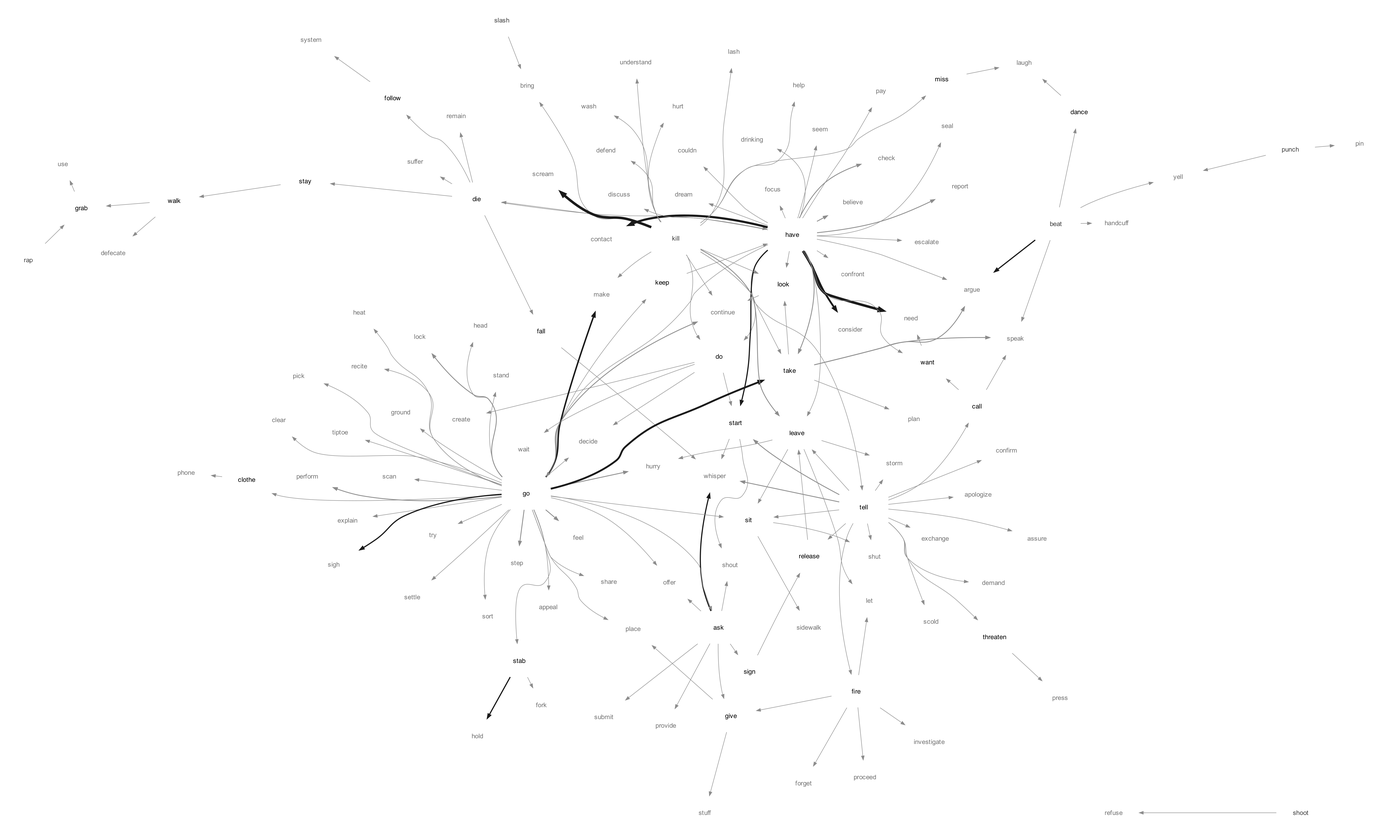
Earlier version of the Graphviz export experiments/displacement/substitution_shape/figures/seed_walk_raw_verb_top10_lemma.png (quadrismegistus/malignment). Its source is kept beside it as experiments/displacement/substitution_shape/figures/seed_walk_raw_verb_top10_lemma.dot.
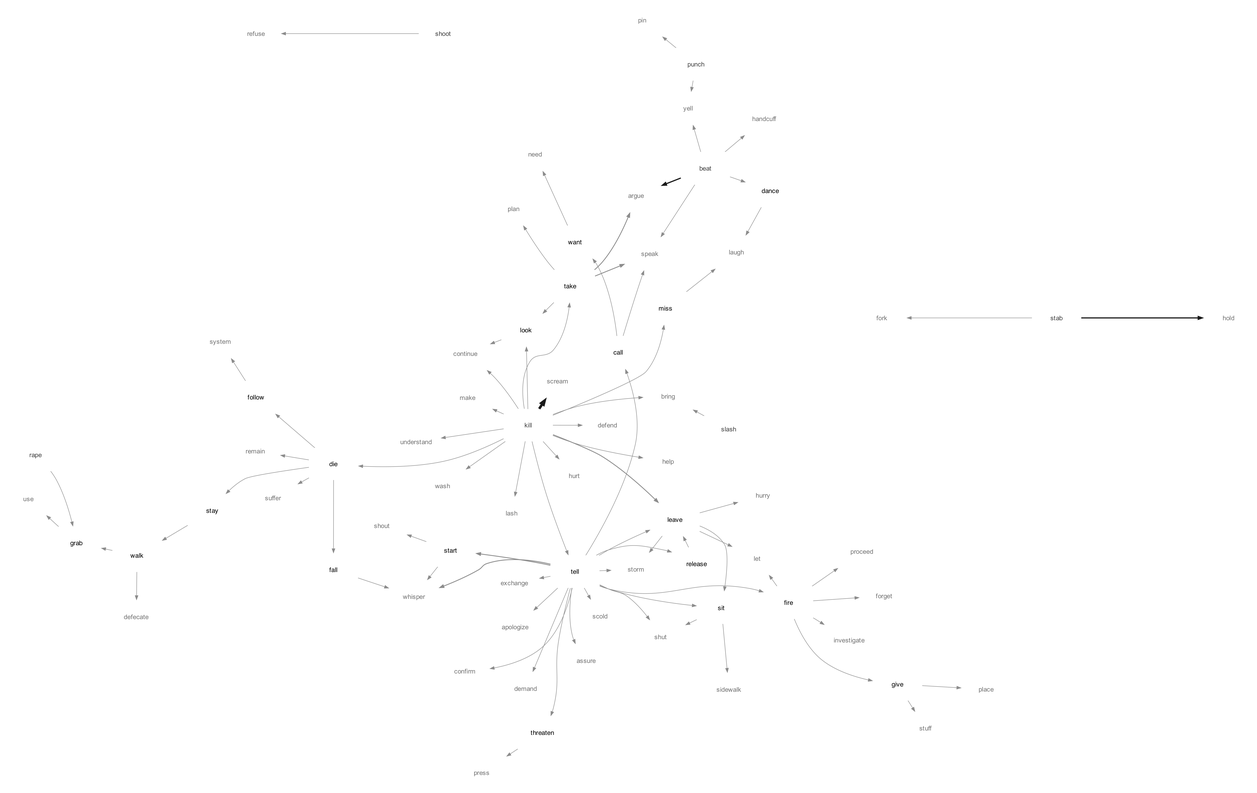
The same diagram one commit later.

Commit message:
drop NLTK stopwords inside edges(), so no graph can walk them

The edit, as a diff of the source:
```diff
@@ -4,189 +4,105 @@
   node [shape=plaintext fontname="Arial" fontsize=7 margin="0.02,0.01"];
   edge [fontname="Arial" fontsize=6 arrowsize=0.45];
   "apologize" [label="apologize" fontcolor="#737373"];
-  "appeal" [label="appeal" fontcolor="#737373"];
   "argue" [label="argue" fontcolor="#737373"];
-  "ask" [label="ask" fontcolor="#000000" fontname="Arial-Bold"];
   "assure" [label="assure" fontcolor="#737373"];
   "beat" [label="beat" fontcolor="#404040"];
-  "believe" [label="believe" fontcolor="#737373"];
   "bring" [label="bring" fontcolor="#737373"];
   "call" [label="call" fontcolor="#000000" fontname="Arial-Bold"];
-  "check" [label="check" fontcolor="#737373"];
-  "clear" [label="clear" fontcolor="#737373"];
-  "clothe" [label="clothe" fontcolor="#000000" fontname="Arial-Bold"];
   "confirm" [label="confirm" fontcolor="#737373"];
-  "confront" [label="confront" fontcolor="#737373"];
-  "consider" [label="consider" fontcolor="#737373"];
-  "contact" [label="contact" fontcolor="#737373"];
   "continue" [label="continue" fontcolor="#737373"];
-  "couldn" [label="couldn" fontcolor="#737373"];
-  "create" [label="create" fontcolor="#737373"];
   "dance" [label="dance" fontcolor="#000000" fontname="Arial-Bold"];
-  "decide" [label="decide" fontcolor="#737373"];
   "defecate" [label="defecate" fontcolor="#737373"];
   "defend" [label="defend" fontcolor="#737373"];
   "demand" [label="demand" fontcolor="#737373"];
   "die" [label="die" fontcolor="#000000" fontname="Arial-Bold"];
-  "discuss" [label="discuss" fontcolor="#737373"];
-  "do" [label="do" fontcolor="#000000" fontname="Arial-Bold"];
-  "dream" [label="dream" fontcolor="#737373"];
-  "drinking" [label="drinking" fontcolor="#737373"];
-  "escalate" [label="escalate" fontcolor="#737373"];
   "exchange" [label="exchange" fontcolor="#737373"];
-  "explain" [label="explain" fontcolor="#737373"];
   "fall" [label="fall" fontcolor="#000000" fontname="Arial-Bold"];
-  "feel" [label="feel" fontcolor="#737373"];
   "fire" [label="fire" fontcolor="#000000" fontname="Arial-Bold"];
-  "focus" [label="focus" fontcolor="#737373"];
   "follow" [label="follow" fontcolor="#000000" fontname="Arial-Bold"];
   "forget" [label="forget" fontcolor="#737373"];
   "fork" [label="fork" fontcolor="#737373"];
   "give" [label="give" fontcolor="#000000" fontname="Arial-Bold"];
-  "go" [label="go" fontcolor="#000000" fontname="Arial-Bold"];
   "grab" [label="grab" fontcolor="#000000" fontname="Arial-Bold"];
-  "ground" [label="ground" fontcolor="#737373"];
   "handcuff" [label="handcuff" fontcolor="#737373"];
-  "have" [label="have" fontcolor="#000000" fontname="Arial-Bold"];
-  "head" [label="head" fontcolor="#737373"];
-  "heat" [label="heat" fontcolor="#737373"];
   "help" [label="help" fontcolor="#737373"];
   "hold" [label="hold" fontcolor="#737373"];
   "hurry" [label="hurry" fontcolor="#737373"];
   "hurt" [label="hurt" fontcolor="#737373"];
   "investigate" [label="investigate" fontcolor="#737373"];
-  "keep" [label="keep" fontcolor="#000000" fontname="Arial-Bold"];
   "kill" [label="kill" fontcolor="#404040"];
   "lash" [label="lash" fontcolor="#737373"];
   "laugh" [label="laugh" fontcolor="#737373"];
   "leave" [label="leave" fontcolor="#000000" fontname="Arial-Bold"];
   "let" [label="let" fontcolor="#737373"];
-  "lock" [label="lock" fontcolor="#737373"];
   "look" [label="look" fontcolor="#000000" fontname="Arial-Bold"];
   "make" [label="make" fontcolor="#737373"];
   "miss" [label="miss" fontcolor="#000000" fontname="Arial-Bold"];
   "need" [label="need" fontcolor="#737373"];
-  "offer" [label="offer" fontcolor="#737373"];
-  "pay" [label="pay" fontcolor="#737373"];
-  "perform" [label="perform" fontcolor="#737373"];
-  "phone" [label="phone" fontcolor="#737373"];
-  "pick" [label="pick" fontcolor="#737373"];
   "pin" [label="pin" fontcolor="#737373"];
   "place" [label="place" fontcolor="#737373"];
   "plan" [label="plan" fontcolor="#737373"];
   "press" [label="press" fontcolor="#737373"];
   "proceed" [label="proceed" fontcolor="#737373"];
-  "provide" [label="provide" fontcolor="#737373"];
   "punch" [label="punch" fontcolor="#404040"];
-  "rap" [label="rap" fontcolor="#404040"];
-  "recite" [label="recite" fontcolor="#737373"];
+  "rape" [label="rape" fontcolor="#404040"];
   "refuse" [label="refuse" fontcolor="#737373"];
   "release" [label="release" fontcolor="#000000" fontname="Arial-Bold"];
   "remain" [label="remain" fontcolor="#737373"];
-  "report" [label="report" fontcolor="#737373"];
-  "scan" [label="scan" fontcolor="#737373"];
   "scold" [label="scold" fontcolor="#737373"];
   "scream" [label="scream" fontcolor="#737373"];
-  "seal" [label="seal" fontcolor="#737373"];
-  "seem" [label="seem" fontcolor="#737373"];
-  "settle" [label="settle" fontcolor="#737373"];
-  "share" [label="share" fontcolor="#737373"];
   "shoot" [label="shoot" fontcolor="#404040"];
   "shout" [label="shout" fontcolor="#737373"];
   "shut" [label="shut" fontcolor="#737373"];
   "sidewalk" [label="sidewalk" fontcolor="#737373"];
-  "sigh" [label="sigh" fontcolor="#737373"];
-  "sign" [label="sign" fontcolor="#000000" fontname="Arial-Bold"];
   "sit" [label="sit" fontcolor="#000000" fontname="Arial-Bold"];
   "slash" [label="slash" fontcolor="#404040"];
-  "sort" [label="sort" fontcolor="#737373"];
   "speak" [label="speak" fontcolor="#737373"];
-  "stab" [label="stab" fontcolor="#000000" fontname="Arial-Bold"];
-  "stand" [label="stand" fontcolor="#737373"];
+  "stab" [label="stab" fontcolor="#404040"];
   "start" [label="start" fontcolor="#000000" fontname="Arial-Bold"];
   "stay" [label="stay" fontcolor="#000000" fontname="Arial-Bold"];
-  "step" [label="step" fontcolor="#737373"];
   "storm" [label="storm" fontcolor="#737373"];
   "stuff" [label="stuff" fontcolor="#737373"];
-  "submit" [label="submit" fontcolor="#737373"];
   "suffer" [label="suffer" fontcolor="#737373"];
   "system" [label="system" fontcolor="#737373"];
   "take" [label="take" fontcolor="#000000" fontname="Arial-Bold"];
   "tell" [label="tell" fontcolor="#000000" fontname="Arial-Bold"];
   "threaten" [label="threaten" fontcolor="#000000" fontname="Arial-Bold"];
-  "tiptoe" [label="tiptoe" fontcolor="#737373"];
-  "try" [label="try" fontcolor="#737373"];
   "understand" [label="understand" fontcolor="#737373"];
   "use" [label="use" fontcolor="#737373"];
-  "wait" [label="wait" fontcolor="#737373"];
   "walk" [label="walk" fontcolor="#000000" fontname="Arial-Bold"];
   "want" [label="want" fontcolor="#000000" fontname="Arial-Bold"];
   "wash" [label="wash" fontcolor="#737373"];
   "whisper" [label="whisper" fontcolor="#737373"];
   "yell" [label="yell" fontcolor="#737373"];
-  "have" -> "need" [penwidth=2.70 color="#1a1a1a"];
   "kill" -> "scream" [penwidth=2.70 color="#1a1a1a"];
-  "have" -> "contact" [penwidth=2.33 color="#1a1a1a"];
-  "have" -> "consider" [penwidth=1.97 color="#1a1a1a"];
-  "go" -> "take" [penwidth=1.97 color="#1a1a1a"];
-  "go" -> "make" [penwidth=1.60 color="#1a1a1a"];
-  "go" -> "sigh" [penwidth=1.23 color="#1a1a1a"];
-  "ask" -> "whisper" [penwidth=1.23 color="#1a1a1a"];
-  "have" -> "start" [penwidth=1.23 color="#1a1a1a"];
   "beat" -> "argue" [penwidth=1.23 color="#1a1a1a"];
   "stab" -> "hold" [penwidth=1.23 color="#1a1a1a"];
   "tell" -> "start" [penwidth=0.87 color="#8c8c8c"];
-  "go" -> "perform" [penwidth=0.87 color="#8c8c8c"];
   "kill" -> "leave" [penwidth=0.87 color="#8c8c8c"];
-  "go" -> "feel" [penwidth=0.87 color="#8c8c8c"];
-  "go" -> "hurry" [penwidth=0.87 color="#8c8c8c"];
   "tell" -> "whisper" [penwidth=0.87 color="#8c8c8c"];
-  "have" -> "believe" [penwidth=0.87 color="#8c8c8c"];
-  "go" -> "step" [penwidth=0.87 color="#8c8c8c"];
   "take" -> "speak" [penwidth=0.87 color="#8c8c8c"];
   "take" -> "argue" [penwidth=0.87 color="#8c8c8c"];
-  "go" -> "continue" [penwidth=0.87 color="#8c8c8c"];
-  "have" -> "check" [penwidth=0.87 color="#8c8c8c"];
-  "have" -> "take" [penwidth=0.87 color="#8c8c8c"];
-  "have" -> "report" [penwidth=0.87 color="#8c8c8c"];
-  "go" -> "lock" [penwidth=0.87 color="#8c8c8c"];
   "tell" -> "exchange" [penwidth=0.50 color="#8c8c8c"];
   "kill" -> "continue" [penwidth=0.50 color="#8c8c8c"];
   "want" -> "need" [penwidth=0.50 color="#8c8c8c"];
-  "go" -> "scan" [penwidth=0.50 color="#8c8c8c"];
-  "have" -> "discuss" [penwidth=0.50 color="#8c8c8c"];
   "tell" -> "demand" [penwidth=0.50 color="#8c8c8c"];
   "stab" -> "fork" [penwidth=0.50 color="#8c8c8c"];
-  "ask" -> "shout" [penwidth=0.50 color="#8c8c8c"];
   "tell" -> "leave" [penwidth=0.50 color="#8c8c8c"];
   "call" -> "want" [penwidth=0.50 color="#8c8c8c"];
-  "ask" -> "provide" [penwidth=0.50 color="#8c8c8c"];
-  "do" -> "decide" [penwidth=0.50 color="#8c8c8c"];
   "kill" -> "understand" [penwidth=0.50 color="#8c8c8c"];
   "punch" -> "pin" [penwidth=0.50 color="#8c8c8c"];
   "sit" -> "sidewalk" [penwidth=0.50 color="#8c8c8c"];
   "call" -> "speak" [penwidth=0.50 color="#8c8c8c"];
   "take" -> "plan" [penwidth=0.50 color="#8c8c8c"];
-  "go" -> "settle" [penwidth=0.50 color="#8c8c8c"];
   "tell" -> "threaten" [penwidth=0.50 color="#8c8c8c"];
-  "go" -> "sit" [penwidth=0.50 color="#8c8c8c"];
-  "have" -> "do" [penwidth=0.50 color="#8c8c8c"];
   "tell" -> "assure" [penwidth=0.50 color="#8c8c8c"];
   "punch" -> "yell" [penwidth=0.50 color="#8c8c8c"];
-  "go" -> "clear" [penwidth=0.50 color="#8c8c8c"];
   "start" -> "shout" [penwidth=0.50 color="#8c8c8c"];
-  "go" -> "recite" [penwidth=0.50 color="#8c8c8c"];
-  "go" -> "head" [penwidth=0.50 color="#8c8c8c"];
   "kill" -> "defend" [penwidth=0.50 color="#8c8c8c"];
-  "go" -> "place" [penwidth=0.50 color="#8c8c8c"];
   "walk" -> "defecate" [penwidth=0.50 color="#8c8c8c"];
-  "go" -> "clothe" [penwidth=0.50 color="#8c8c8c"];
-  "go" -> "sort" [penwidth=0.50 color="#8c8c8c"];
   "kill" -> "wash" [penwidth=0.50 color="#8c8c8c"];
   "kill" -> "bring" [penwidth=0.50 color="#8c8c8c"];
-  "ask" -> "submit" [penwidth=0.50 color="#8c8c8c"];
-  "sign" -> "release" [penwidth=0.50 color="#8c8c8c"];
-  "ask" -> "offer" [penwidth=0.50 color="#8c8c8c"];
   "leave" -> "let" [penwidth=0.50 color="#8c8c8c"];
   "give" -> "stuff" [penwidth=0.50 color="#8c8c8c"];
   "shoot" -> "refuse" [penwidth=0.50 color="#8c8c8c"];
@@ -194,82 +110,45 @@
   "kill" -> "help" [penwidth=0.50 color="#8c8c8c"];
   "tell" -> "storm" [penwidth=0.50 color="#8c8c8c"];
   "stay" -> "walk" [penwidth=0.50 color="#8c8c8c"];
-  "go" -> "keep" [penwidth=0.50 color="#8c8c8c"];
   "kill" -> "miss" [penwidth=0.50 color="#8c8c8c"];
   "die" -> "follow" [penwidth=0.50 color="#8c8c8c"];
-  "have" -> "argue" [penwidth=0.50 color="#8c8c8c"];
   "tell" -> "scold" [penwidth=0.50 color="#8c8c8c"];
   "walk" -> "grab" [penwidth=0.50 color="#8c8c8c"];
-  "go" -> "ask" [penwidth=0.50 color="#8c8c8c"];
   "leave" -> "hurry" [penwidth=0.50 color="#8c8c8c"];
   "miss" -> "laugh" [penwidth=0.50 color="#8c8c8c"];
-  "go" -> "pick" [penwidth=0.50 color="#8c8c8c"];
-  "do" -> "start" [penwidth=0.50 color="#8c8c8c"];
-  "have" -> "go" [penwidth=0.50 color="#8c8c8c"];
-  "do" -> "wait" [penwidth=0.50 color="#8c8c8c"];
   "grab" -> "use" [penwidth=0.50 color="#8c8c8c"];
-  "have" -> "seal" [penwidth=0.50 color="#8c8c8c"];
-  "go" -> "ground" [penwidth=0.50 color="#8c8c8c"];
   "dance" -> "laugh" [penwidth=0.50 color="#8c8c8c"];
   "give" -> "place" [penwidth=0.50 color="#8c8c8c"];
   "tell" -> "sit" [penwidth=0.50 color="#8c8c8c"];
   "beat" -> "dance" [penwidth=0.50 color="#8c8c8c"];
   "beat" -> "speak" [penwidth=0.50 color="#8c8c8c"];
-  "have" -> "want" [penwidth=0.50 color="#8c8c8c"];
-  "have" -> "couldn" [penwidth=0.50 color="#8c8c8c"];
   "leave" -> "sit" [penwidth=0.50 color="#8c8c8c"];
   "tell" -> "release" [penwidth=0.50 color="#8c8c8c"];
   "tell" -> "confirm" [penwidth=0.50 color="#8c8c8c"];
-  "go" -> "stab" [penwidth=0.50 color="#8c8c8c"];
-  "have" -> "seem" [penwidth=0.50 color="#8c8c8c"];
-  "keep" -> "have" [penwidth=0.50 color="#8c8c8c"];
-  "go" -> "explain" [penwidth=0.50 color="#8c8c8c"];
   "die" -> "remain" [penwidth=0.50 color="#8c8c8c"];
   "kill" -> "look" [penwidth=0.50 color="#8c8c8c"];
   "kill" -> "lash" [penwidth=0.50 color="#8c8c8c"];
-  "rap" -> "grab" [penwidth=0.50 color="#8c8c8c"];
-  "go" -> "try" [penwidth=0.50 color="#8c8c8c"];
+  "rape" -> "grab" [penwidth=0.50 color="#8c8c8c"];
   "leave" -> "storm" [penwidth=0.50 color="#8c8c8c"];
-  "do" -> "create" [penwidth=0.50 color="#8c8c8c"];
-  "kill" -> "do" [penwidth=0.50 color="#8c8c8c"];
-  "have" -> "drinking" [penwidth=0.50 color="#8c8c8c"];
-  "die" -> "have" [penwidth=0.50 color="#8c8c8c"];
-  "go" -> "stand" [penwidth=0.50 color="#8c8c8c"];
   "beat" -> "yell" [penwidth=0.50 color="#8c8c8c"];
   "threaten" -> "press" [penwidth=0.50 color="#8c8c8c"];
   "kill" -> "tell" [penwidth=0.50 color="#8c8c8c"];
-  "go" -> "decide" [penwidth=0.50 color="#8c8c8c"];
   "take" -> "look" [penwidth=0.50 color="#8c8c8c"];
   "tell" -> "shut" [penwidth=0.50 color="#8c8c8c"];
-  "have" -> "dream" [penwidth=0.50 color="#8c8c8c"];
   "sit" -> "shut" [penwidth=0.50 color="#8c8c8c"];
   "slash" -> "bring" [penwidth=0.50 color="#8c8c8c"];
-  "have" -> "leave" [penwidth=0.50 color="#8c8c8c"];
   "tell" -> "call" [penwidth=0.50 color="#8c8c8c"];
   "fall" -> "whisper" [penwidth=0.50 color="#8c8c8c"];
-  "ask" -> "sign" [penwidth=0.50 color="#8c8c8c"];
   "die" -> "fall" [penwidth=0.50 color="#8c8c8c"];
   "die" -> "stay" [penwidth=0.50 color="#8c8c8c"];
-  "have" -> "confront" [penwidth=0.50 color="#8c8c8c"];
   "fire" -> "forget" [penwidth=0.50 color="#8c8c8c"];
   "fire" -> "proceed" [penwidth=0.50 color="#8c8c8c"];
-  "have" -> "pay" [penwidth=0.50 color="#8c8c8c"];
-  "have" -> "look" [penwidth=0.50 color="#8c8c8c"];
-  "ask" -> "give" [penwidth=0.50 color="#8c8c8c"];
-  "go" -> "appeal" [penwidth=0.50 color="#8c8c8c"];
   "look" -> "continue" [penwidth=0.50 color="#8c8c8c"];
   "kill" -> "make" [penwidth=0.50 color="#8c8c8c"];
   "tell" -> "apologize" [penwidth=0.50 color="#8c8c8c"];
-  "go" -> "tiptoe" [penwidth=0.50 color="#8c8c8c"];
-  "go" -> "heat" [penwidth=0.50 color="#8c8c8c"];
-  "go" -> "share" [penwidth=0.50 color="#8c8c8c"];
   "tell" -> "fire" [penwidth=0.50 color="#8c8c8c"];
-  "clothe" -> "phone" [penwidth=0.50 color="#8c8c8c"];
-  "go" -> "offer" [penwidth=0.50 color="#8c8c8c"];
   "release" -> "leave" [penwidth=0.50 color="#8c8c8c"];
   "kill" -> "die" [penwidth=0.50 color="#8c8c8c"];
-  "have" -> "focus" [penwidth=0.50 color="#8c8c8c"];
-  "have" -> "escalate" [penwidth=0.50 color="#8c8c8c"];
   "follow" -> "system" [penwidth=0.50 color="#8c8c8c"];
   "fire" -> "let" [penwidth=0.50 color="#8c8c8c"];
   "fire" -> "give" [penwidth=0.50 color="#8c8c8c"];
```
